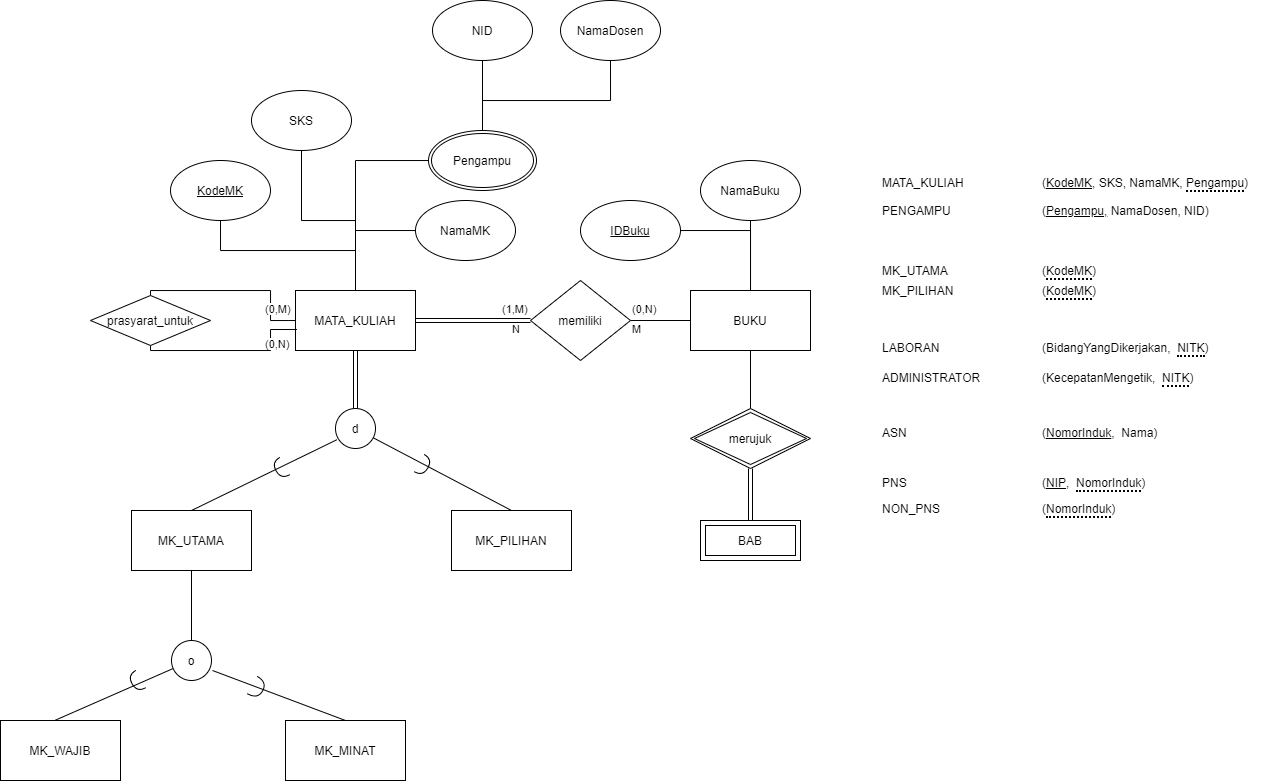
Before: Quiz3.drawio.png, a diagram exported from draw.io (Drithh/ER-Diagram). Source tidied: cells renumbered, new cells last; positions are measured from the earlier drawing's top-left corner, leaving out a move shared by most shapes.
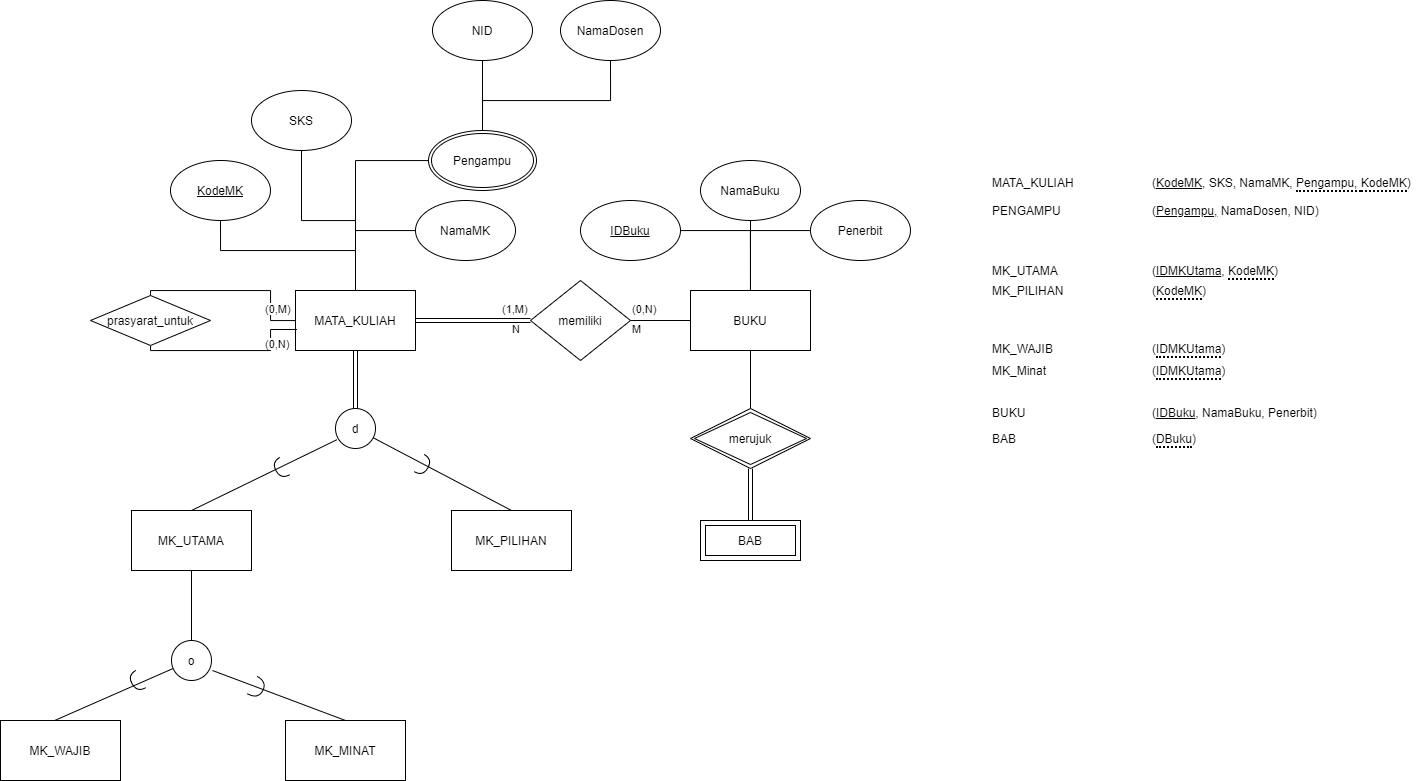
After the change.

What changed in the source:
```diff
@@ -151,30 +151,24 @@
     <mxCell id="43" value="&lt;span style=&quot;color: rgb(0 , 0 , 0) ; font-family: &amp;#34;helvetica&amp;#34; ; font-size: 11px ; font-style: normal ; font-weight: 400 ; letter-spacing: normal ; text-align: center ; text-indent: 0px ; text-transform: none ; word-spacing: 0px ; background-color: rgb(255 , 255 , 255) ; display: inline ; float: none&quot;&gt;(0,N)&lt;/span&gt;" style="text;whiteSpace=wrap;html=1;" parent="1" vertex="1">
       <mxGeometry x="262.9" y="330" width="50" height="30" as="geometry" />
     </mxCell>
-    <mxCell id="44" value="MATA_KULIAH&lt;span style=&quot;white-space: pre&quot;&gt;&#9;&lt;/span&gt;&lt;span style=&quot;white-space: pre&quot;&gt;&#9;&lt;/span&gt;&lt;span style=&quot;white-space: pre&quot;&gt;&#9;&lt;/span&gt;(&lt;u&gt;KodeMK&lt;/u&gt;, SKS, NamaMK, &lt;span style=&quot;border-bottom: 2px dotted black&quot;&gt;Pengampu&lt;/span&gt;)" style="text;html=1;align=left;verticalAlign=middle;strokeColor=none;fillColor=none;" parent="1" vertex="1">
-      <mxGeometry x="880" y="172" width="380" height="20" as="geometry" />
+    <mxCell id="44" value="MATA_KULIAH&lt;span style=&quot;white-space: pre&quot;&gt;&#9;&lt;/span&gt;&lt;span style=&quot;white-space: pre&quot;&gt;&#9;&lt;/span&gt;&lt;span style=&quot;white-space: pre&quot;&gt;&#9;&lt;/span&gt;(&lt;u&gt;KodeMK&lt;/u&gt;, SKS, NamaMK, &lt;span style=&quot;border-bottom: 2px dotted black&quot;&gt;Pengampu,&amp;nbsp;&lt;/span&gt;&lt;span style=&quot;border-bottom: 2px dotted black&quot;&gt;KodeMK&lt;/span&gt;)" style="text;html=1;align=left;verticalAlign=middle;strokeColor=none;fillColor=none;" parent="1" vertex="1">
+      <mxGeometry x="990" y="172" width="430" height="20" as="geometry" />
     </mxCell>
     <mxCell id="45" value="PENGAMPU&lt;span style=&quot;white-space: pre&quot;&gt;&#9;&lt;/span&gt;&lt;span style=&quot;white-space: pre&quot;&gt;&#9;&lt;/span&gt;&amp;nbsp;&lt;span style=&quot;white-space: pre&quot;&gt;&#9;&lt;span style=&quot;white-space: pre&quot;&gt;&#9;&lt;/span&gt;&lt;/span&gt;(&lt;u&gt;Pengampu,&lt;/u&gt;&amp;nbsp;NamaDosen, NID)" style="text;html=1;align=left;verticalAlign=middle;strokeColor=none;fillColor=none;" parent="1" vertex="1">
-      <mxGeometry x="880" y="200" width="340" height="20" as="geometry" />
+      <mxGeometry x="990" y="200" width="340" height="20" as="geometry" />
     </mxCell>
-    <mxCell id="46" value="MK_UTAMA&lt;span style=&quot;white-space: pre&quot;&gt;&#9;&lt;/span&gt;&lt;span style=&quot;white-space: pre&quot;&gt;&#9;&lt;/span&gt;&lt;span style=&quot;white-space: pre&quot;&gt;&#9;&lt;/span&gt;&amp;nbsp;&lt;span style=&quot;white-space: pre&quot;&gt;&#9;&lt;/span&gt;(&lt;span style=&quot;border-bottom: 2px dotted black&quot;&gt;KodeMK&lt;/span&gt;)" style="text;html=1;align=left;verticalAlign=middle;strokeColor=none;fillColor=none;" parent="1" vertex="1">
-      <mxGeometry x="880" y="260" width="230" height="20" as="geometry" />
+    <mxCell id="46" value="MK_UTAMA&lt;span style=&quot;white-space: pre&quot;&gt;&#9;&lt;/span&gt;&lt;span style=&quot;white-space: pre&quot;&gt;&#9;&lt;/span&gt;&lt;span style=&quot;white-space: pre&quot;&gt;&#9;&lt;/span&gt;&amp;nbsp;&lt;span style=&quot;white-space: pre&quot;&gt;&#9;&lt;/span&gt;(&lt;u&gt;IDMKUtama&lt;/u&gt;,&amp;nbsp;&lt;span style=&quot;border-bottom: 2px dotted black&quot;&gt;KodeMK&lt;/span&gt;)" style="text;html=1;align=left;verticalAlign=middle;strokeColor=none;fillColor=none;" parent="1" vertex="1">
+      <mxGeometry x="990" y="260" width="300" height="20" as="geometry" />
     </mxCell>
-    <mxCell id="47" value="LABORAN&lt;span style=&quot;white-space: pre&quot;&gt;&#9;&lt;/span&gt;&lt;span style=&quot;white-space: pre&quot;&gt;&#9;&lt;/span&gt;&lt;span style=&quot;white-space: pre&quot;&gt;&#9;&lt;/span&gt;&amp;nbsp;&lt;span style=&quot;white-space: pre&quot;&gt;&#9;&lt;/span&gt;(BidangYangDikerjakan,&amp;nbsp;&amp;nbsp;&lt;span style=&quot;border-bottom: 2px dotted black&quot;&gt;NITK&lt;/span&gt;)" style="text;html=1;align=left;verticalAlign=middle;strokeColor=none;fillColor=none;" parent="1" vertex="1">
-      <mxGeometry x="880" y="337" width="340" height="20" as="geometry" />
+    <mxCell id="47" value="MK_WAJIB&lt;span style=&quot;white-space: pre&quot;&gt;&#9;&lt;/span&gt;&lt;span style=&quot;white-space: pre&quot;&gt;&#9;&lt;/span&gt;&lt;span style=&quot;white-space: pre&quot;&gt;&#9;&lt;/span&gt;&lt;span style=&quot;white-space: pre&quot;&gt;&#9;&lt;/span&gt;(&lt;span style=&quot;border-bottom: 2px dotted black&quot;&gt;IDMKUtama&lt;/span&gt;)" style="text;html=1;align=left;verticalAlign=middle;strokeColor=none;fillColor=none;" parent="1" vertex="1">
+      <mxGeometry x="990" y="338" width="250" height="20" as="geometry" />
     </mxCell>
-    <mxCell id="48" value="ADMINISTRATOR&lt;span style=&quot;white-space: pre&quot;&gt;&#9;&lt;/span&gt;&lt;span style=&quot;white-space: pre&quot;&gt;&#9;&lt;/span&gt;&amp;nbsp;&lt;span style=&quot;white-space: pre&quot;&gt;&#9;&lt;/span&gt;(KecepatanMengetik,&amp;nbsp;&amp;nbsp;&lt;span style=&quot;border-bottom: 2px dotted black&quot;&gt;NITK&lt;/span&gt;)" style="text;html=1;align=left;verticalAlign=middle;strokeColor=none;fillColor=none;" parent="1" vertex="1">
-      <mxGeometry x="880" y="367" width="330" height="20" as="geometry" />
+    <mxCell id="48" value="BUKU&lt;span style=&quot;white-space: pre&quot;&gt;&#9;&lt;/span&gt;&lt;span style=&quot;white-space: pre&quot;&gt;&#9;&lt;/span&gt;&lt;span style=&quot;white-space: pre&quot;&gt;&#9;&lt;/span&gt;&lt;span style=&quot;white-space: pre&quot;&gt;&#9;&lt;/span&gt;&lt;span style=&quot;white-space: pre&quot;&gt;&#9;&lt;/span&gt;(&lt;u&gt;IDBuku&lt;/u&gt;, NamaBuku, Penerbit)" style="text;html=1;align=left;verticalAlign=middle;strokeColor=none;fillColor=none;" parent="1" vertex="1">
+      <mxGeometry x="990" y="402" width="340" height="20" as="geometry" />
     </mxCell>
-    <mxCell id="49" value="ASN&lt;span&gt;&#9;&lt;span style=&quot;white-space: pre&quot;&gt;&#9;&lt;/span&gt;&lt;span style=&quot;white-space: pre&quot;&gt;&#9;&lt;/span&gt;&lt;span style=&quot;white-space: pre&quot;&gt;&#9;&lt;/span&gt;&lt;span style=&quot;white-space: pre&quot;&gt;&#9;&lt;/span&gt;&lt;span style=&quot;white-space: pre&quot;&gt;&#9;&lt;/span&gt;&lt;/span&gt;(&lt;u&gt;NomorInduk&lt;/u&gt;,&amp;nbsp; Nama)" style="text;html=1;align=left;verticalAlign=middle;strokeColor=none;fillColor=none;" parent="1" vertex="1">
-      <mxGeometry x="880" y="422" width="290" height="20" as="geometry" />
-    </mxCell>
-    <mxCell id="50" value="PNS&lt;span style=&quot;white-space: pre&quot;&gt;&#9;&lt;/span&gt;&lt;span style=&quot;white-space: pre&quot;&gt;&#9;&lt;/span&gt;&lt;span style=&quot;white-space: pre&quot;&gt;&#9;&lt;/span&gt;&lt;span style=&quot;white-space: pre&quot;&gt;&#9;&lt;/span&gt;&lt;span style=&quot;white-space: pre&quot;&gt;&#9;&lt;/span&gt;&amp;nbsp;&lt;span style=&quot;white-space: pre&quot;&gt;&#9;&lt;/span&gt;(&lt;u&gt;NIP&lt;/u&gt;,&amp;nbsp;&amp;nbsp;&lt;span style=&quot;border-bottom: 2px dotted black&quot;&gt;NomorInduk&lt;/span&gt;)" style="text;html=1;align=left;verticalAlign=middle;strokeColor=none;fillColor=none;" parent="1" vertex="1">
-      <mxGeometry x="880" y="472" width="280" height="20" as="geometry" />
+    <mxCell id="50" value="BAB&lt;span&gt;&#9;&lt;/span&gt;&lt;span&gt;&#9;&lt;/span&gt;&lt;span&gt;&#9;&lt;/span&gt;&lt;span&gt;&#9;&lt;/span&gt;&lt;span&gt;&#9;&lt;/span&gt;&amp;nbsp;&lt;span&gt;&#9;&lt;span style=&quot;white-space: pre&quot;&gt;&#9;&lt;/span&gt;&lt;span style=&quot;white-space: pre&quot;&gt;&#9;&lt;/span&gt;&lt;span style=&quot;white-space: pre&quot;&gt;&#9;&lt;/span&gt;&lt;span style=&quot;white-space: pre&quot;&gt;&#9;&lt;/span&gt;&lt;span style=&quot;white-space: pre&quot;&gt;&#9;&lt;/span&gt;&lt;/span&gt;(&lt;span style=&quot;border-bottom: 2px dotted black&quot;&gt;DBuku&lt;/span&gt;)" style="text;html=1;align=left;verticalAlign=middle;strokeColor=none;fillColor=none;" parent="1" vertex="1">
+      <mxGeometry x="990" y="428" width="220" height="20" as="geometry" />
     </mxCell>
-    <mxCell id="51" value="NON_PNS&lt;span style=&quot;white-space: pre&quot;&gt;&#9;&lt;/span&gt;&lt;span style=&quot;white-space: pre&quot;&gt;&#9;&lt;/span&gt;&lt;span style=&quot;white-space: pre&quot;&gt;&#9;&lt;/span&gt;&amp;nbsp;&lt;span style=&quot;white-space: pre&quot;&gt;&#9;&lt;/span&gt;(&lt;span style=&quot;border-bottom: 2px dotted black&quot;&gt;NomorInduk&lt;/span&gt;)" style="text;html=1;align=left;verticalAlign=middle;strokeColor=none;fillColor=none;" parent="1" vertex="1">
-      <mxGeometry x="880" y="498" width="250" height="20" as="geometry" />
-    </mxCell>
     <mxCell id="52" style="edgeStyle=orthogonalEdgeStyle;rounded=0;jettySize=auto;html=1;endArrow=none;endFill=0;" parent="1" edge="1" source="53" target="35">
       <mxGeometry relative="1" as="geometry">
         <Array as="points">
@@ -193,7 +187,7 @@
       <mxGeometry x="432" width="100" height="60" as="geometry" />
     </mxCell>
     <mxCell id="56" value="MK_PILIHAN&lt;span style=&quot;white-space: pre&quot;&gt;&#9;&lt;/span&gt;&lt;span style=&quot;white-space: pre&quot;&gt;&#9;&lt;/span&gt;&lt;span style=&quot;white-space: pre&quot;&gt;&#9;&lt;/span&gt;&amp;nbsp;&lt;span style=&quot;white-space: pre&quot;&gt;&#9;&lt;/span&gt;(&lt;span style=&quot;border-bottom: 2px dotted black&quot;&gt;KodeMK&lt;/span&gt;)" style="text;html=1;align=left;verticalAlign=middle;strokeColor=none;fillColor=none;" parent="1" vertex="1">
-      <mxGeometry x="880" y="280" width="230" height="20" as="geometry" />
+      <mxGeometry x="990" y="280" width="230" height="20" as="geometry" />
     </mxCell>
     <mxCell id="57" style="edgeStyle=orthogonalEdgeStyle;rounded=0;jettySize=auto;html=1;endArrow=none;endFill=0;" parent="1" edge="1" source="58" target="21">
       <mxGeometry relative="1" as="geometry" />
@@ -207,5 +201,16 @@
     <mxCell id="60" value="&lt;u&gt;IDBuku&lt;/u&gt;" style="ellipse;whiteSpace=wrap;html=1;" parent="1" vertex="1">
       <mxGeometry x="580" y="200" width="100" height="60" as="geometry" />
     </mxCell>
+    <mxCell id="61" value="MK_Minat&lt;span style=&quot;white-space: pre&quot;&gt;&#9;&lt;/span&gt;&lt;span style=&quot;white-space: pre&quot;&gt;&#9;&lt;/span&gt;&lt;span style=&quot;white-space: pre&quot;&gt;&#9;&lt;/span&gt;&lt;span style=&quot;white-space: pre&quot;&gt;&#9;&lt;/span&gt;(&lt;span style=&quot;border-bottom: 2px dotted black&quot;&gt;IDMKUtama&lt;/span&gt;)" style="text;html=1;align=left;verticalAlign=middle;strokeColor=none;fillColor=none;" parent="1" vertex="1">
+      <mxGeometry x="990" y="360" width="250" height="20" as="geometry" />
+    </mxCell>
+    <mxCell id="62" style="edgeStyle=orthogonalEdgeStyle;rounded=0;jettySize=auto;html=1;endArrow=none;endFill=0;" parent="1" edge="1" source="63">
+      <mxGeometry relative="1" as="geometry">
+        <mxPoint x="750" y="280" as="targetPoint" />
+      </mxGeometry>
+    </mxCell>
+    <mxCell id="63" value="Penerbit" style="ellipse;whiteSpace=wrap;html=1;" parent="1" vertex="1">
+      <mxGeometry x="810" y="200" width="100" height="60" as="geometry" />
+    </mxCell>
   </root>
 </mxGraphModel>
```
